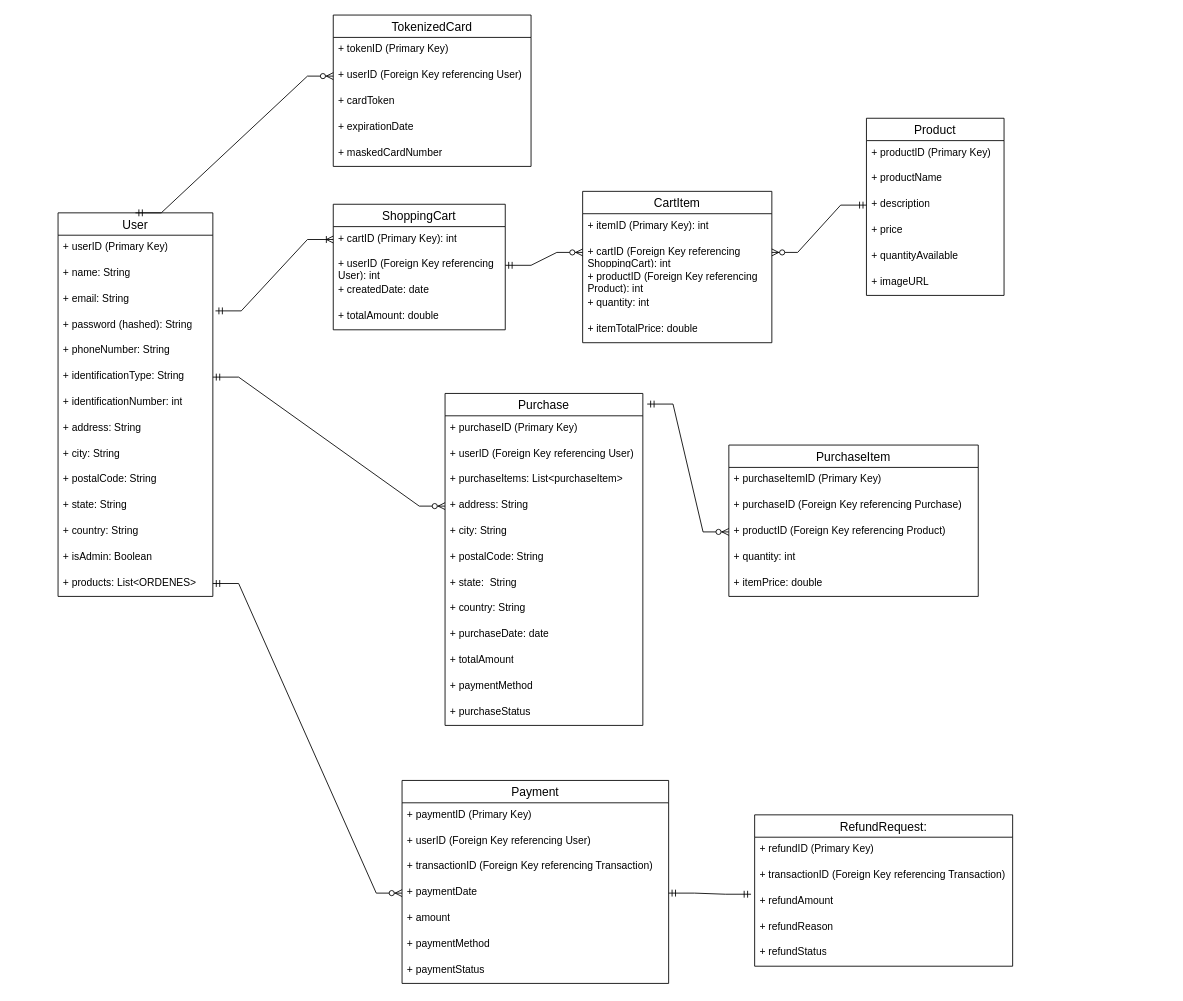
Earlier version of the draw.io diagram Diagrama entidad relacion.drawio (psmedinadi22/Prototype-PayU). Source tidied: cells renumbered, new cells numbered last; positions are measured from the earlier drawing's top-left corner, leaving out a move shared by most shapes. Both pictures are drawn from the tidied source at 86%, with x=0, y=0 at pixel (15, 15).
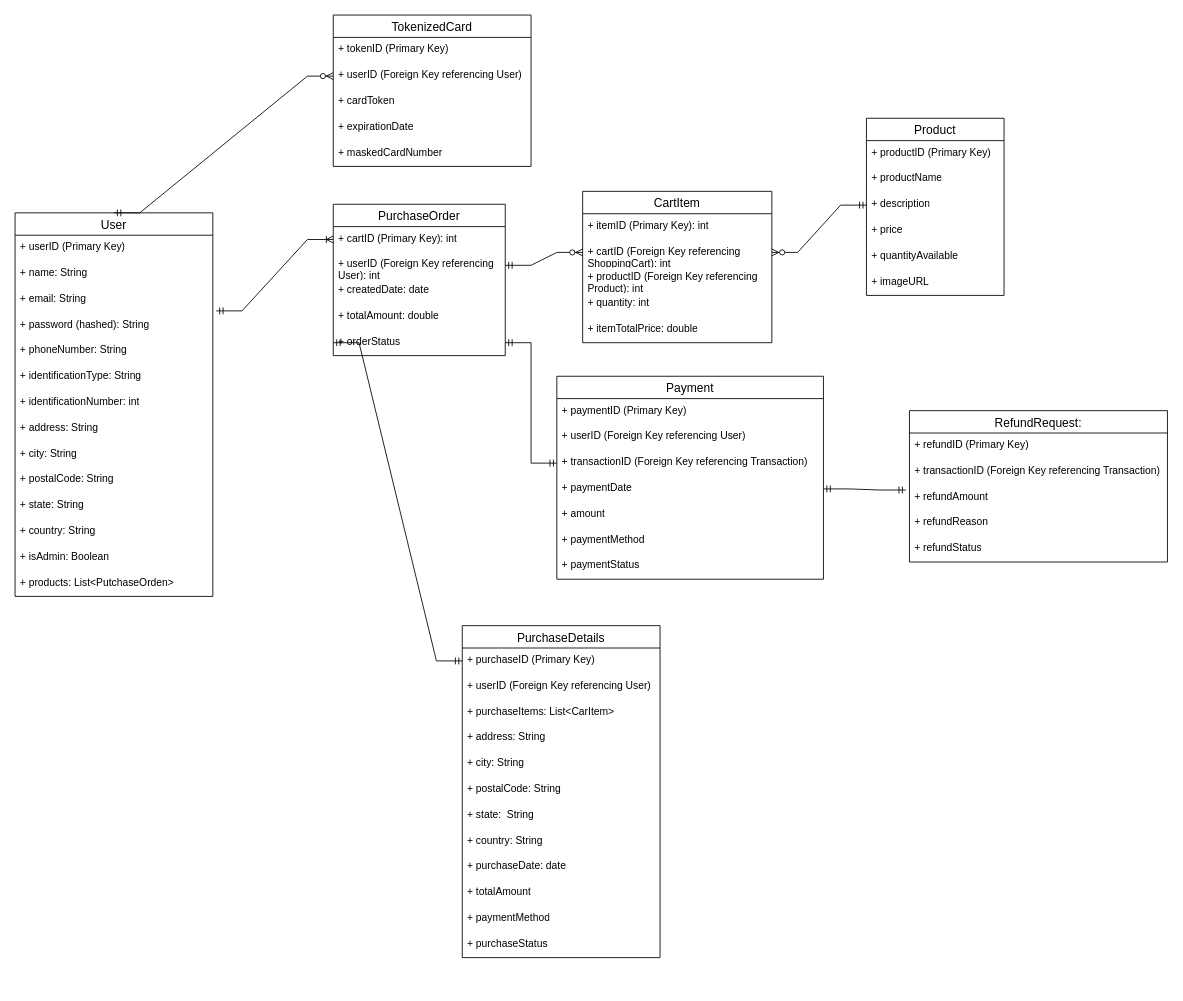
The same diagram, later.

Unchanged cells that the change refers to:
```xml
<mxCell id="23" value="+&amp;nbsp;purchaseID (Primary Key)" style="text;strokeColor=none;fillColor=none;spacingLeft=4;spacingRight=4;overflow=hidden;points=[[0,0.5],[1,0.5]];portConstraint=eastwest;fontSize=12;whiteSpace=wrap;html=1;" parent="22" vertex="1">
  <mxGeometry y="26" width="230" height="30" as="geometry" />
</mxCell>
<mxCell id="26" value="+ address: String" style="text;strokeColor=none;fillColor=none;spacingLeft=4;spacingRight=4;overflow=hidden;points=[[0,0.5],[1,0.5]];portConstraint=eastwest;fontSize=12;whiteSpace=wrap;html=1;" parent="22" vertex="1">
  <mxGeometry y="116" width="230" height="30" as="geometry" />
</mxCell>
<mxCell id="71" value="+&amp;nbsp;transactionID (Foreign Key referencing Transaction)" style="text;strokeColor=none;fillColor=none;spacingLeft=4;spacingRight=4;overflow=hidden;points=[[0,0.5],[1,0.5]];portConstraint=eastwest;fontSize=12;whiteSpace=wrap;html=1;" parent="68" vertex="1">
  <mxGeometry y="86" width="310" height="30" as="geometry" />
</mxCell>
<mxCell id="72" value="+&amp;nbsp;paymentDate" style="text;strokeColor=none;fillColor=none;spacingLeft=4;spacingRight=4;overflow=hidden;points=[[0,0.5],[1,0.5]];portConstraint=eastwest;fontSize=12;whiteSpace=wrap;html=1;" parent="68" vertex="1">
  <mxGeometry y="116" width="310" height="30" as="geometry" />
</mxCell>
```

The edit, as a diff of the source:
```diff
@@
     <mxCell id="2" value="User" style="swimlane;fontStyle=0;horizontal=1;startSize=26;align=center;fontSize=14;" parent="1" vertex="1">
-      <mxGeometry x="50" y="230" width="180" height="446" as="geometry" />
+      <mxGeometry y="230" width="230" height="446" as="geometry" />
     </mxCell>
     <mxCell id="3" value="+&amp;nbsp;userID (Primary Key)" style="text;strokeColor=none;fillColor=none;spacingLeft=4;spacingRight=4;overflow=hidden;fontSize=12;whiteSpace=wrap;html=1;" parent="2" vertex="1">
-      <mxGeometry y="26" width="180" height="30" as="geometry" />
+      <mxGeometry y="26" width="230" height="30" as="geometry" />
     </mxCell>
     <mxCell id="4" value="+ name: String" style="text;strokeColor=none;fillColor=none;spacingLeft=4;spacingRight=4;overflow=hidden;fontSize=12;whiteSpace=wrap;html=1;" parent="2" vertex="1">
-      <mxGeometry y="56" width="180" height="30" as="geometry" />
+      <mxGeometry y="56" width="230" height="30" as="geometry" />
     </mxCell>
     <mxCell id="5" value="+ email: String" style="text;strokeColor=none;fillColor=none;spacingLeft=4;spacingRight=4;overflow=hidden;fontSize=12;whiteSpace=wrap;html=1;" parent="2" vertex="1">
-      <mxGeometry y="86" width="180" height="30" as="geometry" />
+      <mxGeometry y="86" width="230" height="30" as="geometry" />
     </mxCell>
     <mxCell id="6" value="+ password (hashed): String" style="text;strokeColor=none;fillColor=none;spacingLeft=4;spacingRight=4;overflow=hidden;points=[[0,0.5],[1,0.5]];portConstraint=eastwest;fontSize=12;whiteSpace=wrap;html=1;" parent="2" vertex="1">
-      <mxGeometry y="116" width="180" height="30" as="geometry" />
+      <mxGeometry y="116" width="230" height="30" as="geometry" />
     </mxCell>
     <mxCell id="7" value="+ phoneNumber: String" style="text;strokeColor=none;fillColor=none;spacingLeft=4;spacingRight=4;overflow=hidden;fontSize=12;whiteSpace=wrap;html=1;" parent="2" vertex="1">
-      <mxGeometry y="146" width="180" height="30" as="geometry" />
+      <mxGeometry y="146" width="230" height="30" as="geometry" />
     </mxCell>
     <mxCell id="8" value="+ identificationType: String" style="text;strokeColor=none;fillColor=none;spacingLeft=4;spacingRight=4;overflow=hidden;points=[[0,0.5],[1,0.5]];portConstraint=eastwest;fontSize=12;whiteSpace=wrap;html=1;" parent="2" vertex="1">
-      <mxGeometry y="176" width="180" height="30" as="geometry" />
+      <mxGeometry y="176" width="230" height="30" as="geometry" />
     </mxCell>
     <mxCell id="9" value="+ identificationNumber: int" style="text;strokeColor=none;fillColor=none;spacingLeft=4;spacingRight=4;overflow=hidden;fontSize=12;whiteSpace=wrap;html=1;" parent="2" vertex="1">
-      <mxGeometry y="206" width="180" height="30" as="geometry" />
+      <mxGeometry y="206" width="230" height="30" as="geometry" />
     </mxCell>
     <mxCell id="10" value="+ address: String" style="text;strokeColor=none;fillColor=none;spacingLeft=4;spacingRight=4;overflow=hidden;fontSize=12;whiteSpace=wrap;html=1;" parent="2" vertex="1">
-      <mxGeometry y="236" width="180" height="30" as="geometry" />
+      <mxGeometry y="236" width="230" height="30" as="geometry" />
     </mxCell>
     <mxCell id="11" value="+ city: String" style="text;strokeColor=none;fillColor=none;spacingLeft=4;spacingRight=4;overflow=hidden;fontSize=12;whiteSpace=wrap;html=1;" parent="2" vertex="1">
-      <mxGeometry y="266" width="180" height="30" as="geometry" />
+      <mxGeometry y="266" width="230" height="30" as="geometry" />
     </mxCell>
     <mxCell id="12" value="+ postalCode: String" style="text;strokeColor=none;fillColor=none;spacingLeft=4;spacingRight=4;overflow=hidden;fontSize=12;whiteSpace=wrap;html=1;" parent="2" vertex="1">
-      <mxGeometry y="296" width="180" height="30" as="geometry" />
+      <mxGeometry y="296" width="230" height="30" as="geometry" />
     </mxCell>
     <mxCell id="13" value="+ state: String" style="text;strokeColor=none;fillColor=none;spacingLeft=4;spacingRight=4;overflow=hidden;fontSize=12;whiteSpace=wrap;html=1;" parent="2" vertex="1">
-      <mxGeometry y="326" width="180" height="30" as="geometry" />
+      <mxGeometry y="326" width="230" height="30" as="geometry" />
     </mxCell>
     <mxCell id="14" value="+ country: String" style="text;strokeColor=none;fillColor=none;spacingLeft=4;spacingRight=4;overflow=hidden;fontSize=12;whiteSpace=wrap;html=1;" parent="2" vertex="1">
-      <mxGeometry y="356" width="180" height="30" as="geometry" />
+      <mxGeometry y="356" width="230" height="30" as="geometry" />
     </mxCell>
     <mxCell id="15" value="+ isAdmin: Boolean" style="text;strokeColor=none;fillColor=none;spacingLeft=4;spacingRight=4;overflow=hidden;fontSize=12;whiteSpace=wrap;html=1;" parent="2" vertex="1">
-      <mxGeometry y="386" width="180" height="30" as="geometry" />
+      <mxGeometry y="386" width="230" height="30" as="geometry" />
     </mxCell>
-    <mxCell id="16" value="+ products: List&amp;lt;ORDENES&amp;gt;" style="text;strokeColor=none;fillColor=none;spacingLeft=4;spacingRight=4;overflow=hidden;points=[[0,0.5],[1,0.5]];portConstraint=eastwest;fontSize=12;whiteSpace=wrap;html=1;" parent="2" vertex="1">
-      <mxGeometry y="416" width="180" height="30" as="geometry" />
+    <mxCell id="16" value="+ products: List&amp;lt;PutchaseOrden&amp;gt;" style="text;strokeColor=none;fillColor=none;spacingLeft=4;spacingRight=4;overflow=hidden;points=[[0,0.5],[1,0.5]];portConstraint=eastwest;fontSize=12;whiteSpace=wrap;html=1;" parent="2" vertex="1">
+      <mxGeometry y="416" width="230" height="30" as="geometry" />
     </mxCell>
-    <mxCell id="17" value="ShoppingCart" style="swimlane;fontStyle=0;horizontal=1;startSize=26;align=center;fontSize=14;" parent="1" vertex="1">
-      <mxGeometry x="370" y="220" width="200" height="146" as="geometry" />
+    <mxCell id="17" value="PurchaseOrder" style="swimlane;fontStyle=0;horizontal=1;startSize=26;align=center;fontSize=14;" parent="1" vertex="1">
+      <mxGeometry x="370" y="220" width="200" height="176" as="geometry" />
     </mxCell>
@@
+    <mxCell id="82" value="+ orderStatus" style="text;strokeColor=none;fillColor=none;spacingLeft=4;spacingRight=4;overflow=hidden;points=[[0,0.5],[1,0.5]];portConstraint=eastwest;fontSize=12;whiteSpace=wrap;html=1;" parent="17" vertex="1">
+      <mxGeometry y="146" width="200" height="30" as="geometry" />
+    </mxCell>
-    <mxCell id="22" value="Purchase" style="swimlane;fontStyle=0;horizontal=1;startSize=26;align=center;fontSize=14;" parent="1" vertex="1">
-      <mxGeometry x="500" y="440" width="230" height="386" as="geometry" />
+    <mxCell id="22" value="PurchaseDetails" style="swimlane;fontStyle=0;horizontal=1;startSize=26;align=center;fontSize=14;" parent="1" vertex="1">
+      <mxGeometry x="520" y="710" width="230" height="386" as="geometry" />
     </mxCell>
@@
-    <mxCell id="25" value="+ purchaseItems: List&amp;lt;purchaseItem&amp;gt;" style="text;strokeColor=none;fillColor=none;spacingLeft=4;spacingRight=4;overflow=hidden;fontSize=12;whiteSpace=wrap;html=1;" parent="22" vertex="1">
+    <mxCell id="25" value="+ purchaseItems: List&amp;lt;CarItem&amp;gt;" style="text;strokeColor=none;fillColor=none;spacingLeft=4;spacingRight=4;overflow=hidden;fontSize=12;whiteSpace=wrap;html=1;" parent="22" vertex="1">
       <mxGeometry y="86" width="230" height="30" as="geometry" />
     </mxCell>
@@
-    <mxCell id="35" style="edgeStyle=entityRelationEdgeStyle;fontSize=12;html=1;endArrow=ERzeroToMany;startArrow=ERmandOne;rounded=0;exitX=1;exitY=0.5;exitDx=0;exitDy=0;entryX=0;entryY=0.5;entryDx=0;entryDy=0;" parent="1" edge="1" source="8" target="26">
-      <mxGeometry relative="1" as="geometry" />
-    </mxCell>
@@
-    <mxCell id="43" value="PurchaseItem" style="swimlane;fontStyle=0;horizontal=1;startSize=26;align=center;fontSize=14;" parent="1" vertex="1">
-      <mxGeometry x="830" y="500" width="290" height="176" as="geometry" />
-    </mxCell>
-    <mxCell id="44" value="+&amp;nbsp;purchaseItemID (Primary Key)" style="text;strokeColor=none;fillColor=none;spacingLeft=4;spacingRight=4;overflow=hidden;fontSize=12;whiteSpace=wrap;html=1;" parent="43" vertex="1">
-      <mxGeometry y="26" width="290" height="30" as="geometry" />
-    </mxCell>
-    <mxCell id="45" value="+&amp;nbsp;purchaseID (Foreign Key referencing Purchase)" style="text;strokeColor=none;fillColor=none;spacingLeft=4;spacingRight=4;overflow=hidden;fontSize=12;whiteSpace=wrap;html=1;" parent="43" vertex="1">
-      <mxGeometry y="56" width="290" height="30" as="geometry" />
-    </mxCell>
-    <mxCell id="46" value="+&amp;nbsp;productID (Foreign Key referencing Product)" style="text;strokeColor=none;fillColor=none;spacingLeft=4;spacingRight=4;overflow=hidden;points=[[0,0.5],[1,0.5]];portConstraint=eastwest;fontSize=12;whiteSpace=wrap;html=1;" parent="43" vertex="1">
-      <mxGeometry y="86" width="290" height="30" as="geometry" />
-    </mxCell>
-    <mxCell id="47" value="+&amp;nbsp;quantity: int" style="text;strokeColor=none;fillColor=none;spacingLeft=4;spacingRight=4;overflow=hidden;fontSize=12;whiteSpace=wrap;html=1;" parent="43" vertex="1">
-      <mxGeometry y="116" width="290" height="30" as="geometry" />
-    </mxCell>
-    <mxCell id="48" value="+&amp;nbsp;itemPrice: double" style="text;strokeColor=none;fillColor=none;spacingLeft=4;spacingRight=4;overflow=hidden;fontSize=12;whiteSpace=wrap;html=1;" parent="43" vertex="1">
-      <mxGeometry y="146" width="290" height="30" as="geometry" />
-    </mxCell>
@@
     <mxCell id="56" value="RefundRequest:" style="swimlane;fontStyle=0;horizontal=1;startSize=26;align=center;fontSize=14;" parent="1" vertex="1">
-      <mxGeometry x="860" y="930" width="300" height="176" as="geometry" />
+      <mxGeometry x="1040" y="460" width="300" height="176" as="geometry" />
     </mxCell>
@@
     <mxCell id="68" value="Payment" style="swimlane;fontStyle=0;horizontal=1;startSize=26;align=center;fontSize=14;" parent="1" vertex="1">
-      <mxGeometry x="450" y="890" width="310" height="236" as="geometry" />
+      <mxGeometry x="630" y="420" width="310" height="236" as="geometry" />
     </mxCell>
@@
-    <mxCell id="76" style="edgeStyle=entityRelationEdgeStyle;fontSize=12;html=1;endArrow=ERzeroToMany;startArrow=ERmandOne;rounded=0;exitX=1.022;exitY=0.032;exitDx=0;exitDy=0;entryX=0;entryY=0.5;entryDx=0;entryDy=0;exitPerimeter=0;" parent="1" edge="1" source="22" target="46">
-      <mxGeometry relative="1" as="geometry">
-        <Array as="points">
-          <mxPoint x="740" y="590" />
-        </Array>
-      </mxGeometry>
-    </mxCell>
-    <mxCell id="77" style="edgeStyle=entityRelationEdgeStyle;fontSize=12;html=1;endArrow=ERzeroToMany;startArrow=ERmandOne;rounded=0;entryX=0;entryY=0.5;entryDx=0;entryDy=0;" parent="1" edge="1" source="16" target="72">
-      <mxGeometry relative="1" as="geometry">
-        <Array as="points">
-          <mxPoint x="230" y="650" />
-          <mxPoint y="800" />
-          <mxPoint x="40" y="800" />
-          <mxPoint x="40" y="800" />
-        </Array>
-      </mxGeometry>
-    </mxCell>
@@
+    <mxCell id="83" style="edgeStyle=entityRelationEdgeStyle;fontSize=12;html=1;endArrow=ERmandOne;startArrow=ERmandOne;rounded=0;exitX=0;exitY=0.5;exitDx=0;exitDy=0;entryX=0;entryY=0.5;entryDx=0;entryDy=0;" parent="1" edge="1" source="23" target="82">
+      <mxGeometry relative="1" as="geometry">
+        <Array as="points">
+          <mxPoint x="580" y="381" />
+          <mxPoint x="570" y="381" />
+        </Array>
+      </mxGeometry>
+    </mxCell>
+    <mxCell id="84" style="edgeStyle=entityRelationEdgeStyle;fontSize=12;html=1;endArrow=ERmandOne;startArrow=ERmandOne;rounded=0;exitX=1;exitY=0.5;exitDx=0;exitDy=0;" parent="1" edge="1" source="82" target="71">
+      <mxGeometry relative="1" as="geometry" />
+    </mxCell>
```
